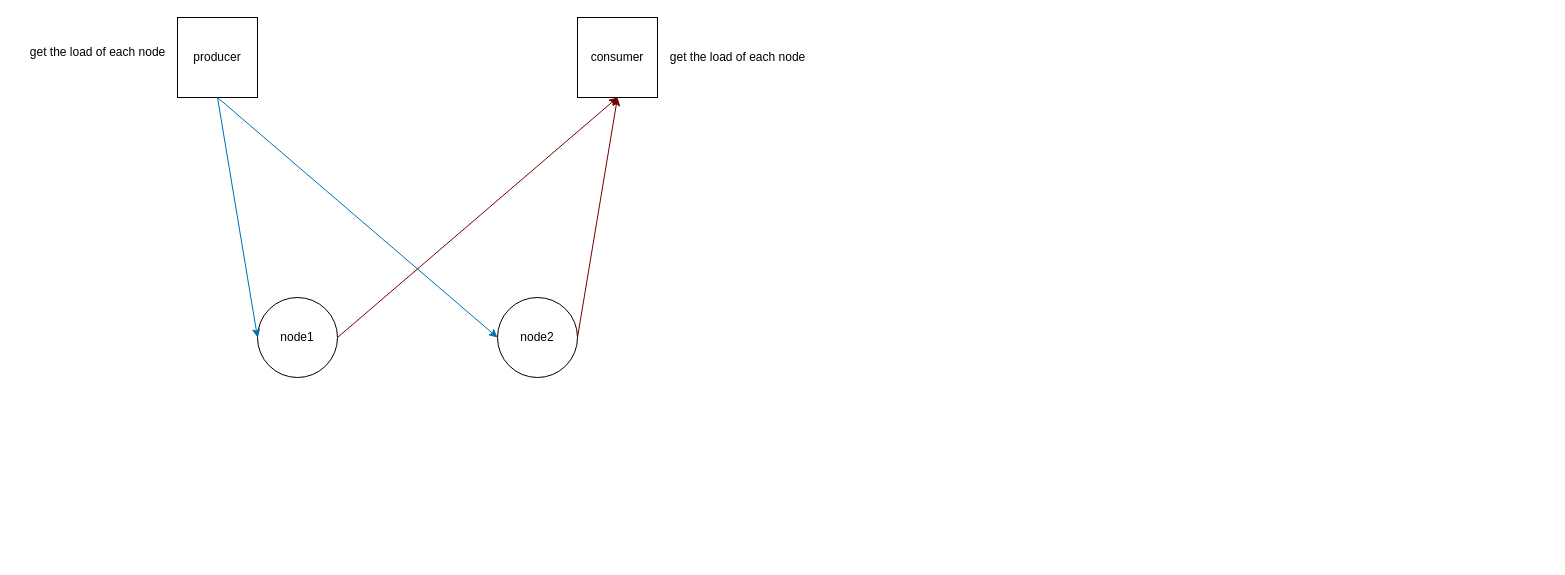
Above: master/master-main-archi.drawio in celte-team/celte-system (draw.io), before the change. Source tidied: cells renumbered, new cells numbered last; positions are measured from the earlier drawing's top-left corner, leaving out a move shared by most shapes. Both pictures are drawn from the tidied source at 100%, with x=0, y=0 at pixel (17, 17).
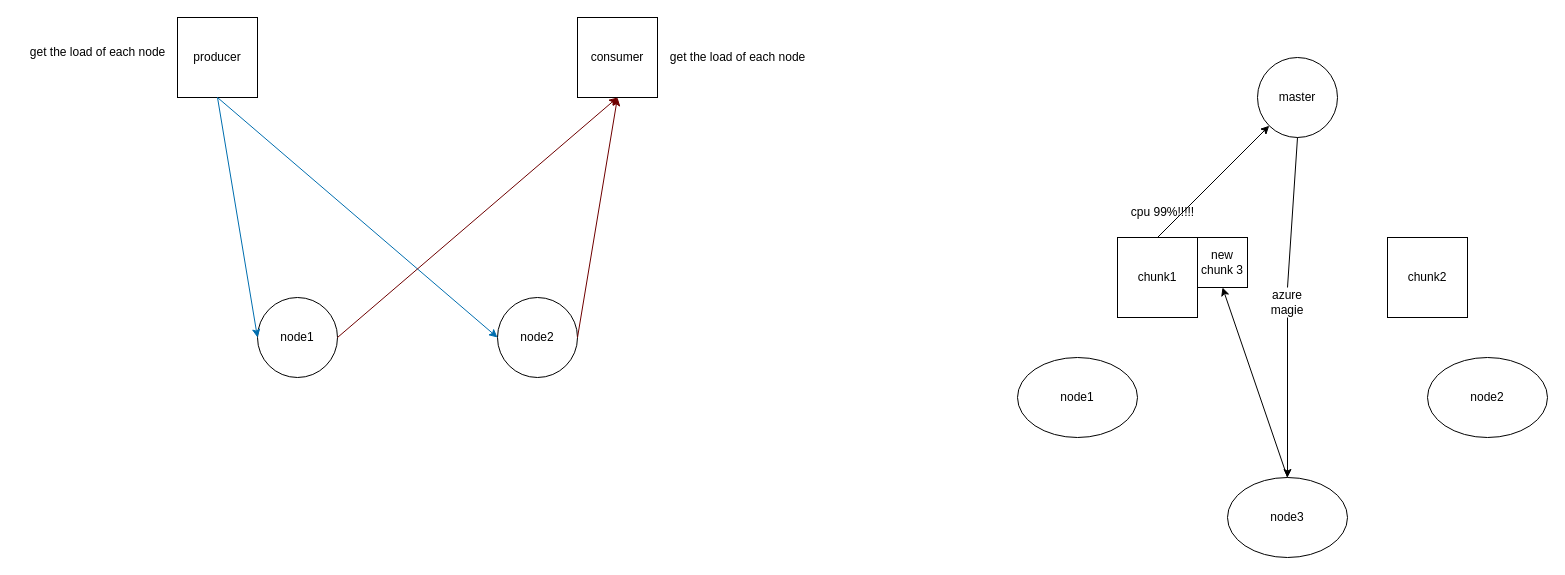
The same diagram, later.

Change to the diagram source:
```diff
@@
+    <mxCell id="12" value="chunk1" style="whiteSpace=wrap;html=1;" parent="1" vertex="1">
+      <mxGeometry x="1100" y="220" width="80" height="80" as="geometry" />
+    </mxCell>
+    <mxCell id="13" value="chunk2" style="whiteSpace=wrap;html=1;" parent="1" vertex="1">
+      <mxGeometry x="1370" y="220" width="80" height="80" as="geometry" />
+    </mxCell>
+    <mxCell id="14" value="master" style="ellipse;whiteSpace=wrap;html=1;" parent="1" vertex="1">
+      <mxGeometry x="1240" y="40" width="80" height="80" as="geometry" />
+    </mxCell>
+    <mxCell id="15" style="endArrow=classic;html=1;entryX=0;entryY=1;entryDx=0;entryDy=0;" parent="1" edge="1" target="14">
+      <mxGeometry relative="1" as="geometry">
+        <mxPoint x="1140" y="220" as="sourcePoint" />
+      </mxGeometry>
+    </mxCell>
+    <mxCell id="16" value="cpu 99%!!!!!" style="text;html=1;align=center;verticalAlign=middle;strokeColor=none;fillColor=none;" parent="1" vertex="1">
+      <mxGeometry x="1100" y="180" width="90" height="30" as="geometry" />
+    </mxCell>
+    <mxCell id="17" value="node1&lt;br&gt;" style="ellipse;whiteSpace=wrap;html=1;" parent="1" vertex="1">
+      <mxGeometry x="1000" y="340" width="120" height="80" as="geometry" />
+    </mxCell>
+    <mxCell id="18" value="node2" style="ellipse;whiteSpace=wrap;html=1;" parent="1" vertex="1">
+      <mxGeometry x="1410" y="340" width="120" height="80" as="geometry" />
+    </mxCell>
+    <mxCell id="19" value="node3" style="ellipse;whiteSpace=wrap;html=1;" parent="1" vertex="1">
+      <mxGeometry x="1210" y="460" width="120" height="80" as="geometry" />
+    </mxCell>
+    <mxCell id="20" style="endArrow=classic;html=1;exitX=0.5;exitY=1;exitDx=0;exitDy=0;entryX=0.5;entryY=0;entryDx=0;entryDy=0;startArrow=none;" parent="1" edge="1" source="22" target="19">
+      <mxGeometry relative="1" as="geometry" />
+    </mxCell>
+    <mxCell id="21" style="endArrow=none;html=1;exitX=0.5;exitY=1;exitDx=0;exitDy=0;entryX=0.5;entryY=0;entryDx=0;entryDy=0;" parent="1" edge="1" source="14" target="22">
+      <mxGeometry relative="1" as="geometry" />
+    </mxCell>
+    <mxCell id="22" value="azure magie&lt;br&gt;" style="text;strokeColor=none;align=center;fillColor=none;html=1;verticalAlign=middle;whiteSpace=wrap;rounded=0;" parent="1" vertex="1">
+      <mxGeometry x="1240" y="270" width="60" height="30" as="geometry" />
+    </mxCell>
+    <mxCell id="23" value="new chunk 3" style="whiteSpace=wrap;html=1;" parent="1" vertex="1">
+      <mxGeometry x="1180" y="220" width="50" height="50" as="geometry" />
+    </mxCell>
+    <mxCell id="24" style="endArrow=classic;html=1;entryX=0.5;entryY=1;entryDx=0;entryDy=0;" parent="1" edge="1" target="23">
+      <mxGeometry relative="1" as="geometry">
+        <mxPoint x="1270" y="460" as="sourcePoint" />
+      </mxGeometry>
+    </mxCell>
```
